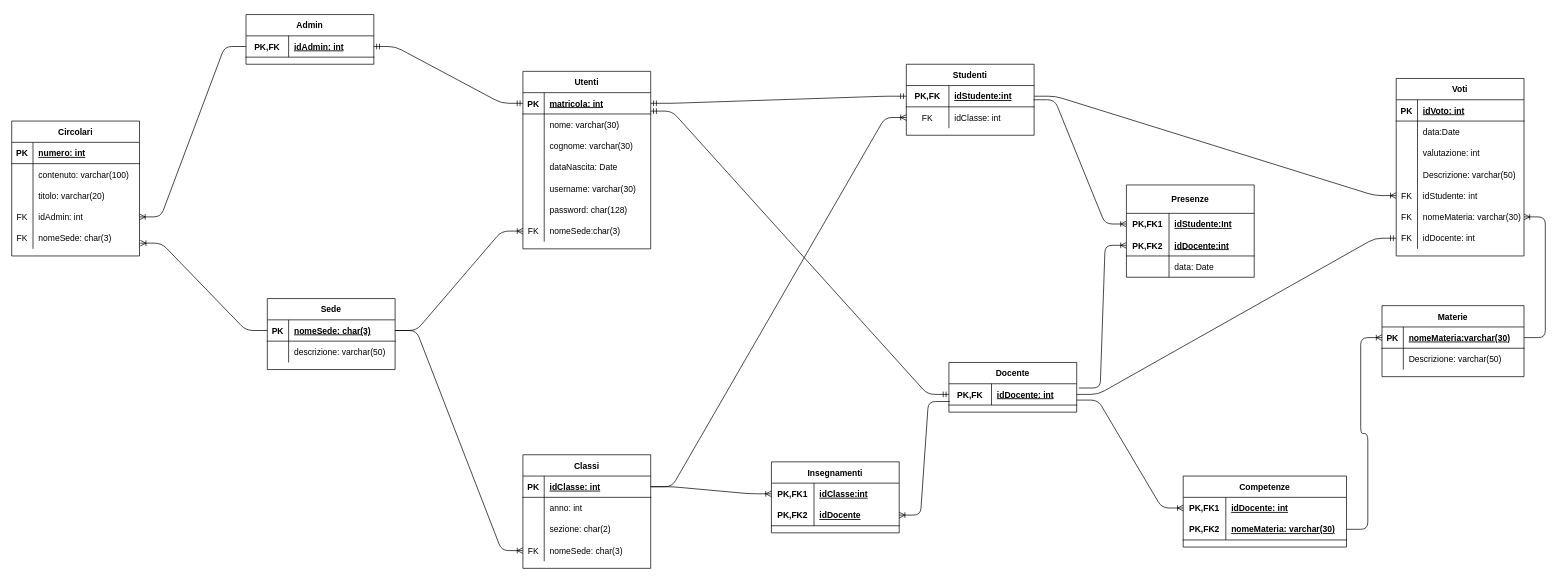
Earlier version of the draw.io diagram schema logico.drawio (nicolo9728/registro_elettronico). Source tidied: cells renumbered, new cells numbered last; positions are measured from the earlier drawing's top-left corner, leaving out a move shared by most shapes. Both pictures are drawn from the tidied source at 71%, with x=0, y=0 at pixel (11, 14).
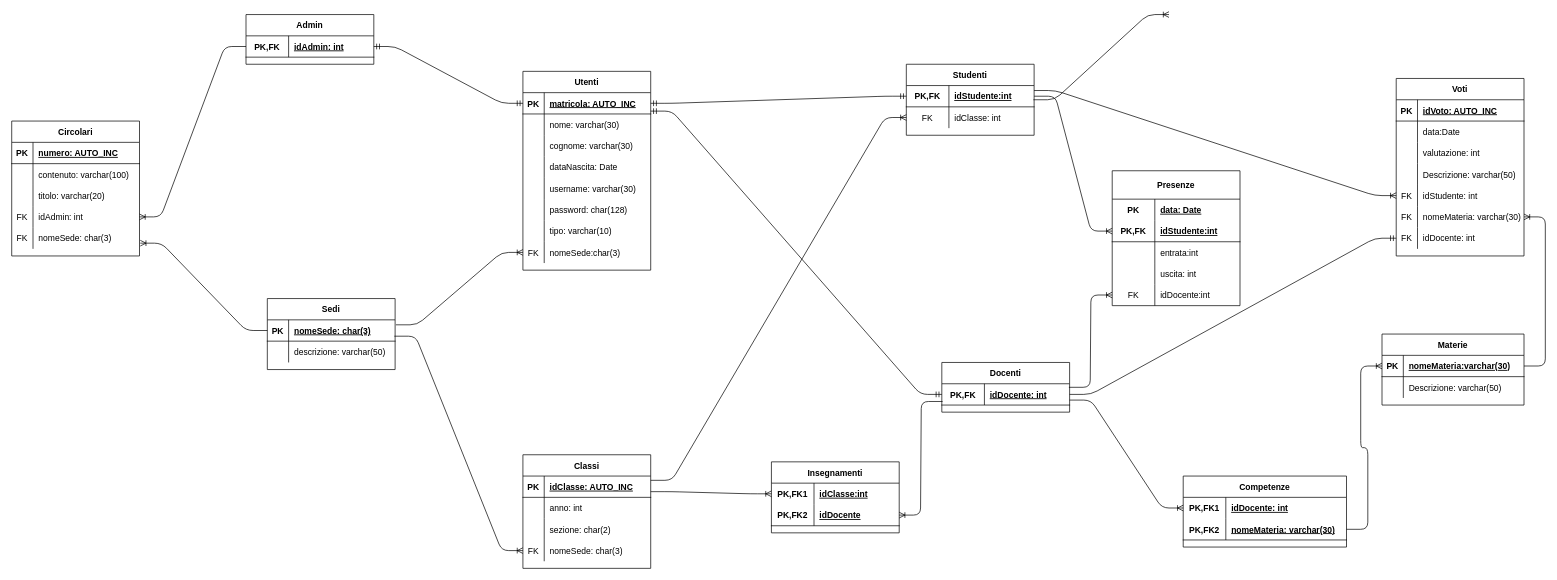
The same page after the edit.

Unchanged cells that the change refers to:
```xml
<mxCell id="3" style="shape=partialRectangle;fillColor=none;top=0;left=0;bottom=1;right=0;points=[[0,0.5],[1,0.5]];portConstraint=eastwest;" parent="2" vertex="1">
  <mxGeometry y="30" width="180" height="30" as="geometry" />
</mxCell>
<mxCell id="10" style="shape=partialRectangle;fillColor=none;top=0;left=0;bottom=1;right=0;points=[[0,0.5],[1,0.5]];portConstraint=eastwest;" parent="9" vertex="1">
  <mxGeometry y="30" width="180" height="30" as="geometry" />
</mxCell>
<mxCell id="38" style="shape=partialRectangle;fillColor=none;top=0;left=0;bottom=1;right=0;" parent="37" vertex="1">
  <mxGeometry y="30" width="180" height="30" as="geometry" />
</mxCell>
<mxCell id="56" style="shape=partialRectangle;fillColor=none;top=0;left=0;bottom=1;right=0;points=[[0,0.5],[1,0.5]];portConstraint=eastwest;" parent="55" vertex="1">
  <mxGeometry y="30" width="180" height="30" as="geometry" />
</mxCell>
<mxCell id="65" style="shape=partialRectangle;fillColor=none;top=0;left=0;bottom=0;right=0;points=[[0,0.5],[1,0.5]];portConstraint=eastwest;" parent="55" vertex="1">
  <mxGeometry y="120" width="180" height="30" as="geometry" />
</mxCell>
<mxCell id="70" style="shape=partialRectangle;fillColor=none;top=0;left=0;bottom=1;right=0;points=[[0,0.5],[1,0.5]];portConstraint=eastwest;" parent="69" vertex="1">
  <mxGeometry y="30" width="180" height="30" as="geometry" />
</mxCell>
<mxCell id="73" style="shape=partialRectangle;fillColor=none;top=0;left=0;bottom=0;right=0;points=[[0,0.5],[1,0.5]];portConstraint=eastwest;" parent="69" vertex="1">
  <mxGeometry y="60" width="180" height="30" as="geometry" />
</mxCell>
<mxCell id="78" style="shape=partialRectangle;fillColor=none;top=0;left=0;bottom=1;right=0;points=[[0,0.5],[1,0.5]];portConstraint=eastwest;" parent="77" vertex="1">
  <mxGeometry y="30" width="180" height="30" as="geometry" />
</mxCell>
<mxCell id="84" style="shape=partialRectangle;fillColor=none;top=0;left=0;bottom=0;right=0;points=[[0,0.5],[1,0.5]];portConstraint=eastwest;" parent="83" vertex="1">
  <mxGeometry y="30" width="180" height="30" as="geometry" />
</mxCell>
<mxCell id="93" style="shape=partialRectangle;fillColor=none;top=0;left=0;bottom=0;right=0;points=[[0,0.5],[1,0.5]];portConstraint=eastwest;" parent="92" vertex="1">
  <mxGeometry y="40" width="180" height="30" as="geometry" />
</mxCell>
<mxCell id="96" style="shape=partialRectangle;fillColor=none;top=0;left=0;bottom=1;right=0;points=[[0,0.5],[1,0.5]];portConstraint=eastwest;" parent="92" vertex="1">
  <mxGeometry y="70" width="180" height="30" as="geometry" />
</mxCell>
<mxCell id="99" style="shape=partialRectangle;fillColor=none;top=0;left=0;bottom=0;right=0;" parent="92" vertex="1">
  <mxGeometry y="100" width="180" height="30" as="geometry" />
</mxCell>
<mxCell id="121" style="shape=partialRectangle;fillColor=none;top=0;left=0;bottom=1;right=0;" parent="120" vertex="1">
  <mxGeometry y="30" width="180" height="30" as="geometry" />
</mxCell>
<mxCell id="133" style="shape=partialRectangle;fillColor=none;top=0;left=0;bottom=0;right=0;points=[[0,0.5],[1,0.5]];portConstraint=eastwest;" parent="120" vertex="1">
  <mxGeometry y="150" width="180" height="30" as="geometry" />
</mxCell>
```

What changed in the source:
```diff
@@
-    <mxCell id="2" value="Sede" style="shape=table;startSize=30;childLayout=tableLayout;rowLines=0;fontStyle=1;align=center;" parent="1" vertex="1">
+    <mxCell id="2" value="Sedi" style="shape=table;startSize=30;childLayout=tableLayout;rowLines=0;fontStyle=1;align=center;" parent="1" vertex="1">
       <mxGeometry x="360" y="400" width="180" height="100" as="geometry" />
     </mxCell>
@@
     <mxCell id="9" value="Utenti" style="shape=table;startSize=30;childLayout=tableLayout;rowLines=0;fontStyle=1;align=center;" parent="1" vertex="1">
-      <mxGeometry x="720" y="80" width="180" height="250" as="geometry" />
+      <mxGeometry x="720" y="80" width="180" height="280" as="geometry" />
     </mxCell>
@@
-    <mxCell id="12" value="matricola: int" style="shape=partialRectangle;fillColor=none;top=0;left=0;bottom=0;right=0;align=left;spacingLeft=6;fontStyle=5;overflow=hidden;" parent="10" vertex="1">
+    <mxCell id="12" value="matricola: AUTO_INC" style="shape=partialRectangle;fillColor=none;top=0;left=0;bottom=0;right=0;align=left;spacingLeft=6;fontStyle=5;overflow=hidden;" parent="10" vertex="1">
       <mxGeometry x="30" width="150" height="30" as="geometry" />
     </mxCell>
@@
+    <mxCell id="145" style="shape=partialRectangle;fillColor=none;top=0;left=0;bottom=0;right=0;" parent="9" vertex="1">
+      <mxGeometry y="210" width="180" height="30" as="geometry" />
+    </mxCell>
+    <mxCell id="146" style="shape=partialRectangle;fillColor=none;top=0;left=0;bottom=0;right=0;overflow=hidden;" parent="145" vertex="1">
+      <mxGeometry width="30" height="30" as="geometry" />
+    </mxCell>
+    <mxCell id="147" value="tipo: varchar(10)" style="shape=partialRectangle;fillColor=none;top=0;left=0;bottom=0;right=0;align=left;spacingLeft=6;overflow=hidden;" parent="145" vertex="1">
+      <mxGeometry x="30" width="150" height="30" as="geometry" />
+    </mxCell>
     <mxCell id="28" style="shape=partialRectangle;fillColor=none;top=0;left=0;bottom=0;right=0;points=[[0,0.5],[1,0.5]];portConstraint=eastwest;" parent="9" vertex="1">
-      <mxGeometry y="210" width="180" height="30" as="geometry" />
+      <mxGeometry y="240" width="180" height="30" as="geometry" />
     </mxCell>
@@
-    <mxCell id="31" style="edgeStyle=entityRelationEdgeStyle;fontSize=12;html=1;endArrow=ERoneToMany;exitX=1;exitY=0.5;exitDx=0;exitDy=0;entryX=0;entryY=0.5;entryDx=0;entryDy=0;" parent="1" edge="1" source="3" target="28">
+    <mxCell id="31" style="edgeStyle=entityRelationEdgeStyle;fontSize=12;html=1;endArrow=ERoneToMany;exitX=1.006;exitY=0.233;exitDx=0;exitDy=0;entryX=0;entryY=0.5;entryDx=0;entryDy=0;exitPerimeter=0;" parent="1" edge="1" source="3" target="28">
       <mxGeometry relative="1" as="geometry" />
     </mxCell>
@@
-    <mxCell id="40" value="numero: int" style="shape=partialRectangle;fillColor=none;top=0;left=0;bottom=0;right=0;align=left;spacingLeft=6;fontStyle=5;overflow=hidden;" parent="38" vertex="1">
+    <mxCell id="40" value="numero: AUTO_INC" style="shape=partialRectangle;fillColor=none;top=0;left=0;bottom=0;right=0;align=left;spacingLeft=6;fontStyle=5;overflow=hidden;" parent="38" vertex="1">
       <mxGeometry x="30" width="150" height="30" as="geometry" />
     </mxCell>
@@
-    <mxCell id="58" value="idClasse: int" style="shape=partialRectangle;fillColor=none;top=0;left=0;bottom=0;right=0;align=left;spacingLeft=6;fontStyle=5;overflow=hidden;" parent="56" vertex="1">
+    <mxCell id="58" value="idClasse: AUTO_INC" style="shape=partialRectangle;fillColor=none;top=0;left=0;bottom=0;right=0;align=left;spacingLeft=6;fontStyle=5;overflow=hidden;" parent="56" vertex="1">
       <mxGeometry x="30" width="150" height="30" as="geometry" />
     </mxCell>
@@
-    <mxCell id="68" style="edgeStyle=entityRelationEdgeStyle;fontSize=12;html=1;endArrow=ERoneToMany;exitX=1;exitY=0.5;exitDx=0;exitDy=0;entryX=0;entryY=0.5;entryDx=0;entryDy=0;" parent="1" edge="1" source="3" target="65">
+    <mxCell id="68" style="edgeStyle=entityRelationEdgeStyle;fontSize=12;html=1;endArrow=ERoneToMany;exitX=0.994;exitY=0.767;exitDx=0;exitDy=0;entryX=0;entryY=0.5;entryDx=0;entryDy=0;exitPerimeter=0;" parent="1" edge="1" source="3" target="65">
       <mxGeometry relative="1" as="geometry" />
     </mxCell>
@@
-    <mxCell id="76" style="edgeStyle=entityRelationEdgeStyle;fontSize=12;html=1;endArrow=ERoneToMany;exitX=1;exitY=0.5;exitDx=0;exitDy=0;entryX=0;entryY=0.5;entryDx=0;entryDy=0;" parent="1" edge="1" source="56" target="73">
+    <mxCell id="76" style="edgeStyle=entityRelationEdgeStyle;fontSize=12;html=1;endArrow=ERoneToMany;exitX=1;exitY=0.2;exitDx=0;exitDy=0;entryX=0;entryY=0.5;entryDx=0;entryDy=0;exitPerimeter=0;" parent="1" edge="1" source="56" target="73">
       <mxGeometry relative="1" as="geometry" />
     </mxCell>
-    <mxCell id="77" value="Docente" style="shape=table;startSize=30;childLayout=tableLayout;rowLines=0;fontStyle=1;align=center;" parent="1" vertex="1">
-      <mxGeometry x="1320" y="490" width="180" height="70" as="geometry" />
+    <mxCell id="77" value="Docenti" style="shape=table;startSize=30;childLayout=tableLayout;rowLines=0;fontStyle=1;align=center;" parent="1" vertex="1">
+      <mxGeometry x="1310" y="490" width="180" height="70" as="geometry" />
     </mxCell>
@@
-    <mxCell id="90" style="edgeStyle=entityRelationEdgeStyle;fontSize=12;html=1;endArrow=ERoneToMany;exitX=1;exitY=0.5;exitDx=0;exitDy=0;entryX=0;entryY=0.5;entryDx=0;entryDy=0;" parent="1" edge="1" source="56" target="84">
+    <mxCell id="90" style="edgeStyle=entityRelationEdgeStyle;fontSize=12;html=1;endArrow=ERoneToMany;exitX=1;exitY=0.733;exitDx=0;exitDy=0;entryX=0;entryY=0.5;entryDx=0;entryDy=0;exitPerimeter=0;" parent="1" edge="1" source="56" target="84">
       <mxGeometry relative="1" as="geometry" />
     </mxCell>
@@
     <mxCell id="92" value="Presenze" style="shape=table;startSize=40;childLayout=tableLayout;rowLines=0;fontStyle=1;align=center;" parent="1" vertex="1">
-      <mxGeometry x="1570" y="240" width="180" height="130" as="geometry" />
+      <mxGeometry x="1550" y="220" width="180" height="190" as="geometry" />
     </mxCell>
@@
-    <mxCell id="94" value="PK,FK1" style="shape=partialRectangle;fillColor=none;top=0;left=0;bottom=0;right=0;fontStyle=1;overflow=hidden;" parent="93" vertex="1">
-      <mxGeometry width="60" height="30" as="geometry" />
-    </mxCell>
-    <mxCell id="95" value="idStudente:Int" style="shape=partialRectangle;fillColor=none;top=0;left=0;bottom=0;right=0;align=left;spacingLeft=6;fontStyle=5;overflow=hidden;" parent="93" vertex="1">
-      <mxGeometry x="60" width="120" height="30" as="geometry" />
-    </mxCell>
+    <mxCell id="148" value="PK" style="shape=partialRectangle;fillColor=none;top=0;left=0;bottom=0;right=0;fontStyle=1;overflow=hidden;" parent="93" vertex="1">
+      <mxGeometry width="60" height="30" as="geometry" />
+    </mxCell>
+    <mxCell id="149" value="data: Date" style="shape=partialRectangle;fillColor=none;top=0;left=0;bottom=0;right=0;align=left;spacingLeft=6;fontStyle=5;overflow=hidden;" parent="93" vertex="1">
+      <mxGeometry x="60" width="120" height="30" as="geometry" />
+    </mxCell>
@@
-    <mxCell id="97" value="PK,FK2" style="shape=partialRectangle;fillColor=none;top=0;left=0;bottom=0;right=0;fontStyle=1;overflow=hidden;" parent="96" vertex="1">
+    <mxCell id="97" value="PK,FK" style="shape=partialRectangle;fillColor=none;top=0;left=0;bottom=0;right=0;fontStyle=1;overflow=hidden;" parent="96" vertex="1">
       <mxGeometry width="60" height="30" as="geometry" />
     </mxCell>
-    <mxCell id="98" value="idDocente:int" style="shape=partialRectangle;fillColor=none;top=0;left=0;bottom=0;right=0;align=left;spacingLeft=6;fontStyle=5;overflow=hidden;" parent="96" vertex="1">
+    <mxCell id="98" value="idStudente:int" style="shape=partialRectangle;fillColor=none;top=0;left=0;bottom=0;right=0;align=left;spacingLeft=6;fontStyle=5;overflow=hidden;" parent="96" vertex="1">
       <mxGeometry x="60" width="120" height="30" as="geometry" />
     </mxCell>
@@
-    <mxCell id="101" value="data: Date" style="shape=partialRectangle;fillColor=none;top=0;left=0;bottom=0;right=0;align=left;spacingLeft=6;overflow=hidden;" parent="99" vertex="1">
+    <mxCell id="101" value="entrata:int" style="shape=partialRectangle;fillColor=none;top=0;left=0;bottom=0;right=0;align=left;spacingLeft=6;overflow=hidden;" parent="99" vertex="1">
       <mxGeometry x="60" width="120" height="30" as="geometry" />
     </mxCell>
+    <mxCell id="150" style="shape=partialRectangle;fillColor=none;top=0;left=0;bottom=0;right=0;" parent="92" vertex="1">
+      <mxGeometry y="130" width="180" height="30" as="geometry" />
+    </mxCell>
+    <mxCell id="151" style="shape=partialRectangle;fillColor=none;top=0;left=0;bottom=0;right=0;overflow=hidden;" parent="150" vertex="1">
+      <mxGeometry width="60" height="30" as="geometry" />
+    </mxCell>
+    <mxCell id="152" value="uscita: int" style="shape=partialRectangle;fillColor=none;top=0;left=0;bottom=0;right=0;align=left;spacingLeft=6;overflow=hidden;" parent="150" vertex="1">
+      <mxGeometry x="60" width="120" height="30" as="geometry" />
+    </mxCell>
+    <mxCell id="153" style="shape=partialRectangle;fillColor=none;top=0;left=0;bottom=0;right=0;points=[[0,0.5],[1,0.5]];portConstraint=eastwest;" parent="92" vertex="1">
+      <mxGeometry y="160" width="180" height="30" as="geometry" />
+    </mxCell>
+    <mxCell id="154" value="FK" style="shape=partialRectangle;fillColor=none;top=0;left=0;bottom=0;right=0;fontStyle=0;overflow=hidden;" parent="153" vertex="1">
+      <mxGeometry width="60" height="30" as="geometry" />
+    </mxCell>
+    <mxCell id="155" value="idDocente:int" style="shape=partialRectangle;fillColor=none;top=0;left=0;bottom=0;right=0;align=left;spacingLeft=6;fontStyle=0;overflow=hidden;" parent="153" vertex="1">
+      <mxGeometry x="60" width="120" height="30" as="geometry" />
+    </mxCell>
-    <mxCell id="102" style="edgeStyle=entityRelationEdgeStyle;fontSize=12;html=1;endArrow=ERoneToMany;entryX=0;entryY=0.5;entryDx=0;entryDy=0;exitX=1.017;exitY=0.2;exitDx=0;exitDy=0;exitPerimeter=0;" parent="1" edge="1" source="78" target="96">
+    <mxCell id="102" style="edgeStyle=entityRelationEdgeStyle;fontSize=12;html=1;endArrow=ERoneToMany;entryX=0;entryY=0.5;entryDx=0;entryDy=0;exitX=1;exitY=0.5;exitDx=0;exitDy=0;" parent="1" edge="1" source="70" target="96">
       <mxGeometry relative="1" as="geometry" />
     </mxCell>
-    <mxCell id="103" style="edgeStyle=entityRelationEdgeStyle;fontSize=12;html=1;endArrow=ERoneToMany;entryX=0;entryY=0.5;entryDx=0;entryDy=0;" parent="1" edge="1" target="93">
+    <mxCell id="103" style="edgeStyle=entityRelationEdgeStyle;fontSize=12;html=1;endArrow=ERoneToMany;entryX=0;entryY=0.5;entryDx=0;entryDy=0;" parent="1" edge="1">
       <mxGeometry relative="1" as="geometry">
         <mxPoint x="1439" y="120" as="sourcePoint" />
+        <mxPoint x="1630" as="targetPoint" />
       </mxGeometry>
     </mxCell>
     <mxCell id="104" value="Materie" style="shape=table;startSize=30;childLayout=tableLayout;rowLines=0;fontStyle=1;align=center;" parent="1" vertex="1">
-      <mxGeometry x="1930" y="410" width="200" height="100" as="geometry" />
+      <mxGeometry x="1930" y="450" width="200" height="100" as="geometry" />
     </mxCell>
@@
-    <mxCell id="123" value="idVoto: int" style="shape=partialRectangle;fillColor=none;top=0;left=0;bottom=0;right=0;align=left;spacingLeft=6;fontStyle=5;overflow=hidden;" parent="121" vertex="1">
+    <mxCell id="123" value="idVoto: AUTO_INC" style="shape=partialRectangle;fillColor=none;top=0;left=0;bottom=0;right=0;align=left;spacingLeft=6;fontStyle=5;overflow=hidden;" parent="121" vertex="1">
       <mxGeometry x="30" width="150" height="30" as="geometry" />
     </mxCell>
@@
-    <mxCell id="144" style="edgeStyle=entityRelationEdgeStyle;fontSize=12;html=1;endArrow=ERoneToMany;exitX=1;exitY=0.5;exitDx=0;exitDy=0;entryX=0;entryY=0.5;entryDx=0;entryDy=0;" parent="1" edge="1" source="70" target="133">
-      <mxGeometry relative="1" as="geometry" />
+    <mxCell id="144" style="edgeStyle=entityRelationEdgeStyle;fontSize=12;html=1;endArrow=ERoneToMany;entryX=0;entryY=0.5;entryDx=0;entryDy=0;" parent="1" edge="1" target="133">
+      <mxGeometry relative="1" as="geometry">
+        <mxPoint x="1440" y="107" as="sourcePoint" />
+      </mxGeometry>
     </mxCell>
+    <mxCell id="156" style="edgeStyle=entityRelationEdgeStyle;fontSize=12;html=1;endArrow=ERoneToMany;entryX=0;entryY=0.5;entryDx=0;entryDy=0;" parent="1" edge="1" target="153">
+      <mxGeometry relative="1" as="geometry">
+        <mxPoint x="1489" y="525" as="sourcePoint" />
+      </mxGeometry>
+    </mxCell>
```
